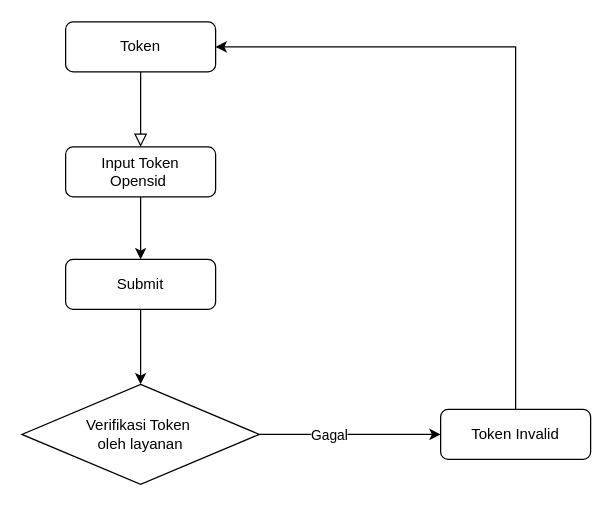
Above: Diagram Tanpa Judul.drawio in apidong/apidong (draw.io), before the change. Source tidied: cells renumbered, new cells numbered last; positions are measured from the earlier drawing's top-left corner, leaving out a move shared by most shapes. Both pictures are drawn from the tidied source at 125%, with x=0, y=0 at pixel (21, 21).
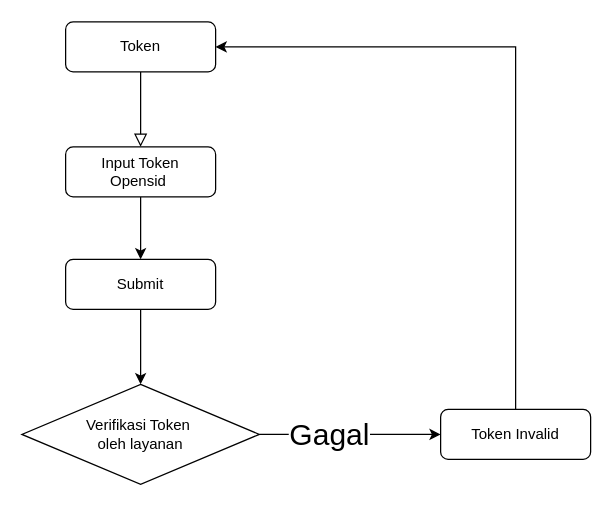
The same page after the edit.

Diff of the diagram source:
```diff
@@
 <mxGraphModel>
   <root>
     <mxCell id="0" />
     <mxCell id="1" parent="0" />
     <mxCell id="2" style="rounded=0;html=1;jettySize=auto;fontSize=11;endArrow=block;endFill=0;endSize=8;strokeWidth=1;shadow=0;labelBackgroundColor=none;edgeStyle=orthogonalEdgeStyle;" parent="1" edge="1" source="3">
       <mxGeometry relative="1" as="geometry">
         <mxPoint x="95" y="100" as="targetPoint" />
       </mxGeometry>
     </mxCell>
     <mxCell id="3" value="Token" style="rounded=1;whiteSpace=wrap;html=1;fontSize=12;glass=0;strokeWidth=1;shadow=0;" parent="1" vertex="1">
       <mxGeometry x="35" width="120" height="40" as="geometry" />
     </mxCell>
     <mxCell id="4" style="edgeStyle=none;rounded=0;jettySize=auto;html=1;exitX=0.5;exitY=1;exitDx=0;exitDy=0;" parent="1" edge="1" source="5" target="12">
       <mxGeometry relative="1" as="geometry" />
     </mxCell>
     <mxCell id="5" value="Input Token&lt;br&gt;Opensid&amp;nbsp;" style="rounded=1;whiteSpace=wrap;html=1;fontSize=12;glass=0;strokeWidth=1;shadow=0;" parent="1" vertex="1">
       <mxGeometry x="35" y="100" width="120" height="40" as="geometry" />
     </mxCell>
     <mxCell id="6" style="edgeStyle=none;rounded=0;jettySize=auto;html=1;exitX=0.5;exitY=0;exitDx=0;exitDy=0;entryX=1;entryY=0.5;entryDx=0;entryDy=0;" parent="1" edge="1" source="7" target="3">
       <mxGeometry relative="1" as="geometry">
         <Array as="points">
           <mxPoint x="395" y="20" />
         </Array>
       </mxGeometry>
     </mxCell>
     <mxCell id="7" value="Token Invalid" style="rounded=1;whiteSpace=wrap;html=1;fontSize=12;glass=0;strokeWidth=1;shadow=0;" parent="1" vertex="1">
       <mxGeometry x="335" y="310" width="120" height="40" as="geometry" />
     </mxCell>
     <mxCell id="8" style="edgeStyle=none;rounded=0;jettySize=auto;html=1;exitX=1;exitY=0.5;exitDx=0;exitDy=0;" parent="1" edge="1" source="10" target="7">
       <mxGeometry relative="1" as="geometry" />
     </mxCell>
-    <mxCell id="9" value="Gagal" style="edgeLabel;html=1;align=center;verticalAlign=middle;" parent="8" vertex="1">
+    <mxCell id="9" value="&lt;font style=&quot;font-size: 24px;&quot;&gt;Gagal&lt;/font&gt;" style="edgeLabel;html=1;align=center;verticalAlign=middle;" parent="8" vertex="1">
       <mxGeometry x="-0.34" y="2" relative="1" as="geometry">
         <mxPoint x="7" y="2" as="offset" />
       </mxGeometry>
     </mxCell>
     <mxCell id="10" value="Verifikasi Token&amp;nbsp;&lt;br&gt;oleh layanan" style="rhombus;whiteSpace=wrap;html=1;" parent="1" vertex="1">
       <mxGeometry y="290" width="190" height="80" as="geometry" />
     </mxCell>
     <mxCell id="11" style="edgeStyle=none;rounded=0;jettySize=auto;html=1;exitX=0.5;exitY=1;exitDx=0;exitDy=0;entryX=0.5;entryY=0;entryDx=0;entryDy=0;" parent="1" edge="1" source="12" target="10">
       <mxGeometry relative="1" as="geometry" />
     </mxCell>
     <mxCell id="12" value="Submit" style="rounded=1;whiteSpace=wrap;html=1;fontSize=12;glass=0;strokeWidth=1;shadow=0;" parent="1" vertex="1">
       <mxGeometry x="35" y="190" width="120" height="40" as="geometry" />
     </mxCell>
   </root>
 </mxGraphModel>
```
